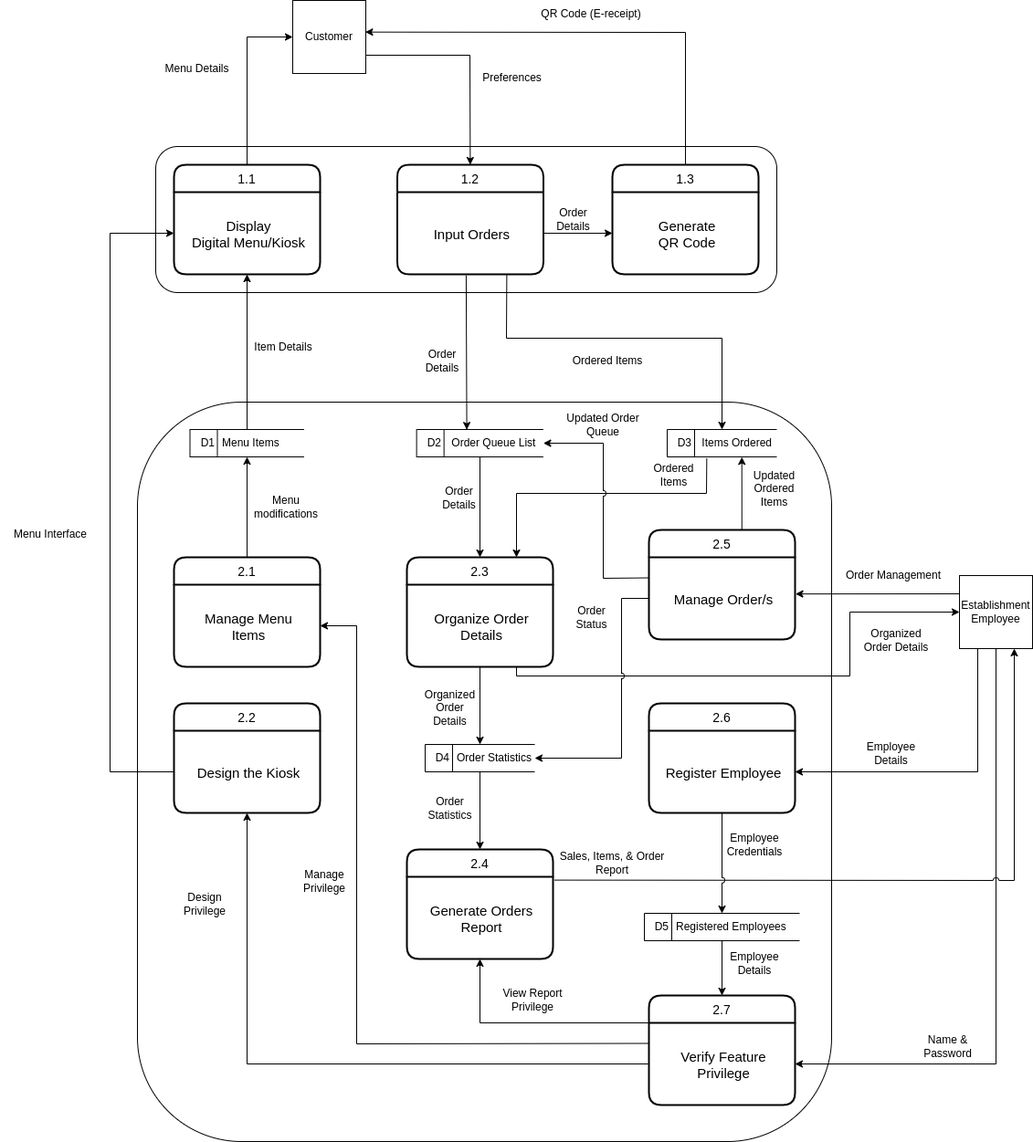
This is DOCS/Diagrams/DFD Child Diagrams.png from alexxGmZ/MenuMaApp, a draw.io export, as it was before one commit. Source tidied: cells renumbered, new cells last; positions are measured from the earlier drawing's top-left corner, leaving out a move shared by most shapes.
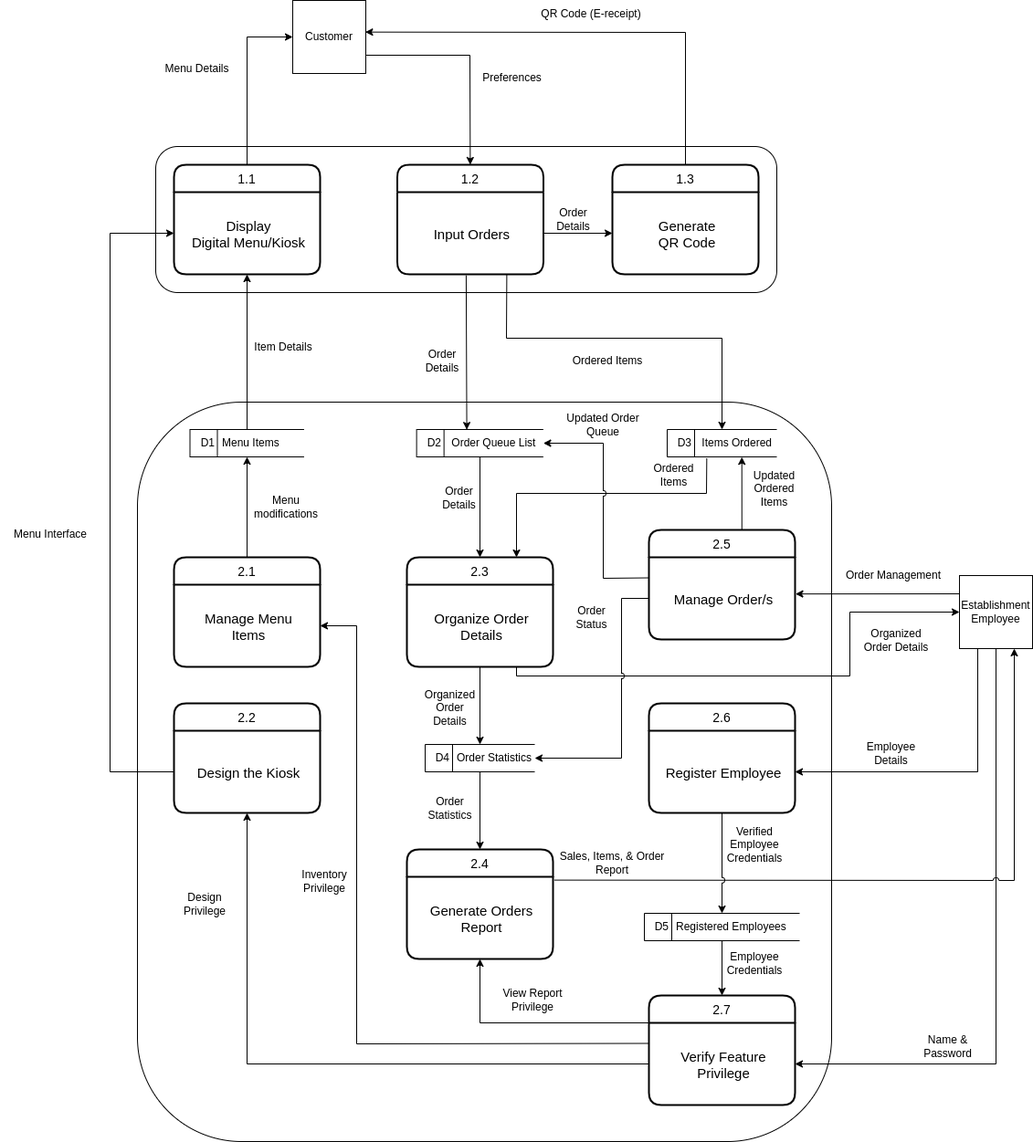
Above is the later version.

Commit message:
diagram(dfd): minor changes to child diagrams

Diff of the diagram source:
```diff
@@ -248,7 +248,7 @@
     <mxCell id="60" value="Menu Interface" style="text;html=1;strokeColor=none;fillColor=none;align=center;verticalAlign=middle;whiteSpace=wrap;rounded=0;" parent="1" vertex="1">
       <mxGeometry y="570" width="110" height="30" as="geometry" />
     </mxCell>
-    <mxCell id="61" value="Manage&lt;br&gt;Privilege" style="text;html=1;strokeColor=none;fillColor=none;align=center;verticalAlign=middle;whiteSpace=wrap;rounded=0;" parent="1" vertex="1">
+    <mxCell id="61" value="Inventory&lt;br&gt;Privilege" style="text;html=1;strokeColor=none;fillColor=none;align=center;verticalAlign=middle;whiteSpace=wrap;rounded=0;" parent="1" vertex="1">
       <mxGeometry x="320" y="950" width="70" height="30" as="geometry" />
     </mxCell>
     <mxCell id="62" value="Item Details" style="text;html=1;strokeColor=none;fillColor=none;align=center;verticalAlign=middle;whiteSpace=wrap;rounded=0;" parent="1" vertex="1">
@@ -290,10 +290,10 @@
     <mxCell id="74" value="Employee Details" style="text;html=1;strokeColor=none;fillColor=none;align=center;verticalAlign=middle;whiteSpace=wrap;rounded=0;" parent="1" vertex="1">
       <mxGeometry x="928.1" y="810" width="95" height="30" as="geometry" />
     </mxCell>
-    <mxCell id="75" value="Employee Credentials" style="text;html=1;strokeColor=none;fillColor=none;align=center;verticalAlign=middle;whiteSpace=wrap;rounded=0;" parent="1" vertex="1">
+    <mxCell id="75" value="Verified&lt;br&gt;Employee Credentials" style="text;html=1;strokeColor=none;fillColor=none;align=center;verticalAlign=middle;whiteSpace=wrap;rounded=0;" parent="1" vertex="1">
       <mxGeometry x="792" y="910" width="68" height="30" as="geometry" />
     </mxCell>
-    <mxCell id="76" value="Employee Details" style="text;html=1;strokeColor=none;fillColor=none;align=center;verticalAlign=middle;whiteSpace=wrap;rounded=0;" parent="1" vertex="1">
+    <mxCell id="76" value="Employee Credentials" style="text;html=1;strokeColor=none;fillColor=none;align=center;verticalAlign=middle;whiteSpace=wrap;rounded=0;" parent="1" vertex="1">
       <mxGeometry x="792" y="1040" width="68" height="30" as="geometry" />
     </mxCell>
     <mxCell id="77" value="View Report Privilege" style="text;html=1;strokeColor=none;fillColor=none;align=center;verticalAlign=middle;whiteSpace=wrap;rounded=0;" parent="1" vertex="1">
```
